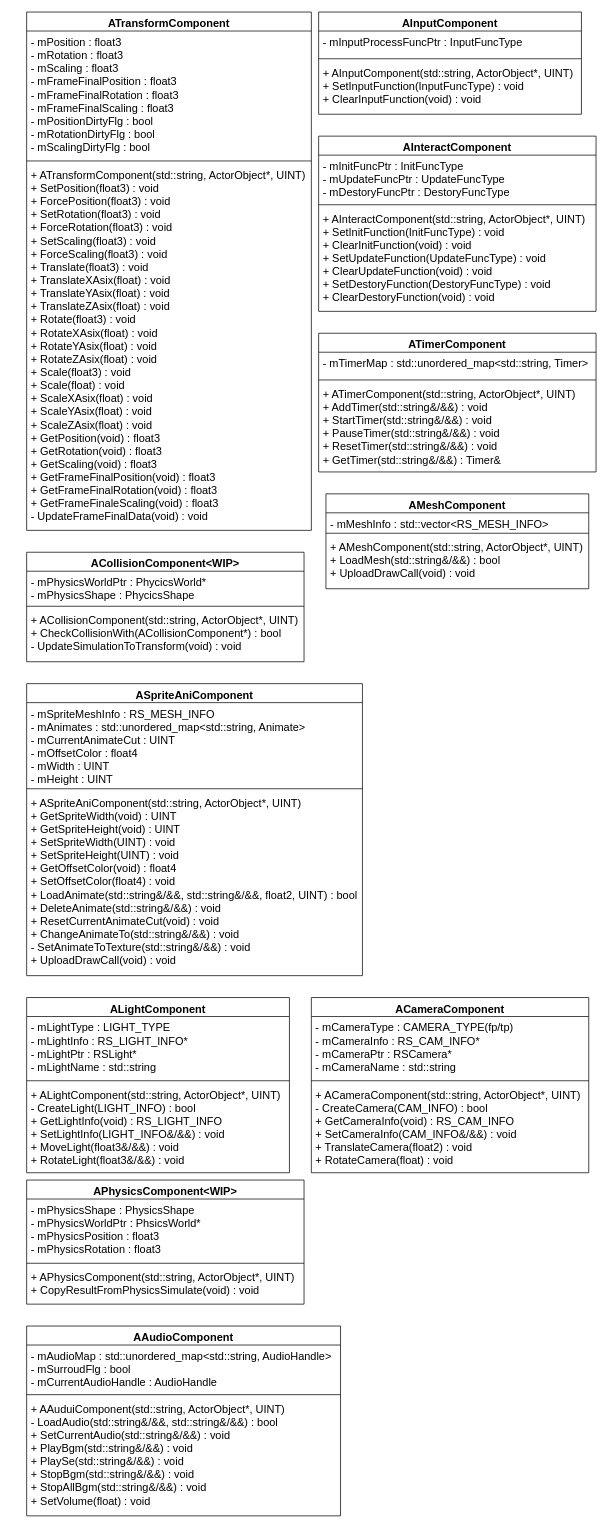
Earlier version of the draw.io diagram page "AComponent" (8 of 9) of HycFrame3D.drawio (HIBICUS-CAI/HycFrame3D). Source tidied: cells renumbered, new cells numbered last; positions are measured from the earlier drawing's top-left corner, leaving out a move shared by most shapes. Both pictures are drawn from the tidied source at 73%, with x=0, y=0 at pixel (26, 12).
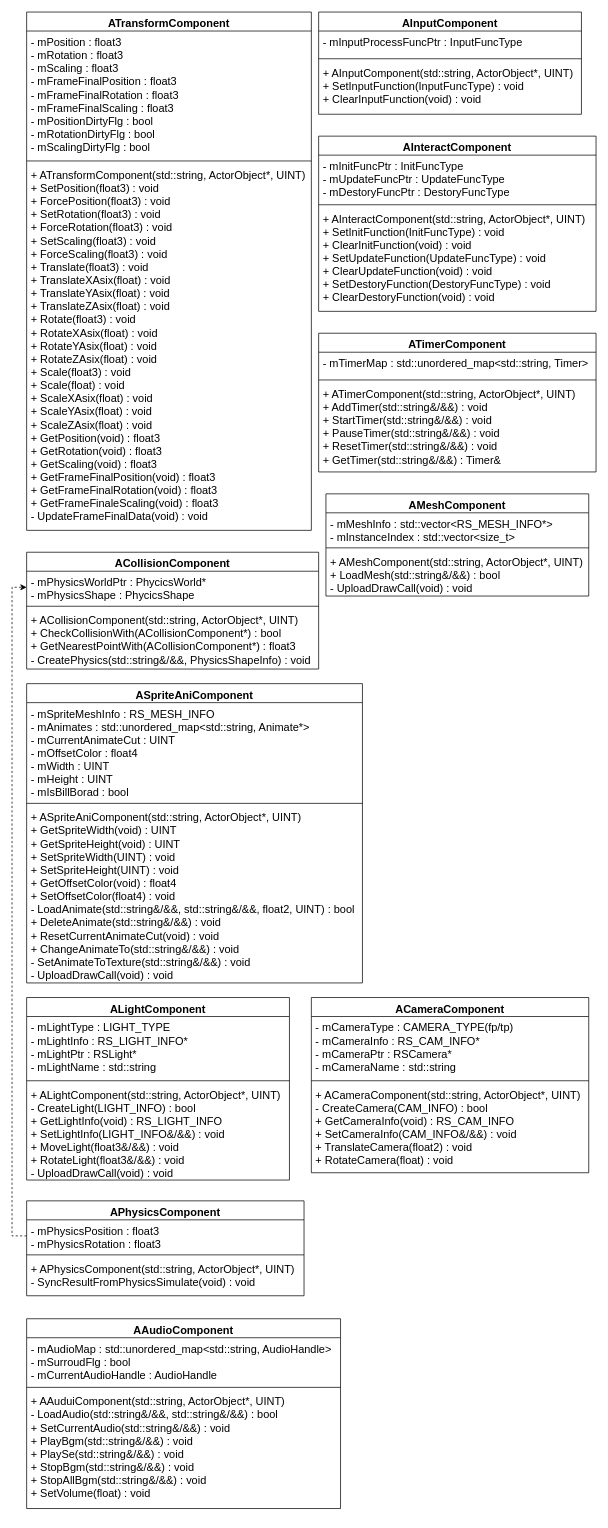
The same diagram, later.

Commit message:
update comps design

What changed in the source:
```diff
@@
-    <mxCell id="18" value="ACollisionComponent&lt;WIP&gt;" style="swimlane;fontStyle=1;align=center;verticalAlign=top;horizontal=1;startSize=26;fontSize=15;" parent="1" vertex="1">
-      <mxGeometry y="740" width="380" height="150" as="geometry" />
+    <mxCell id="18" value="ACollisionComponent" style="swimlane;fontStyle=1;align=center;verticalAlign=top;horizontal=1;startSize=26;fontSize=15;" parent="1" vertex="1">
+      <mxGeometry y="740" width="400" height="160" as="geometry" />
     </mxCell>
     <mxCell id="19" value="- mPhysicsWorldPtr : PhycicsWorld*&#10;- mPhysicsShape : PhycicsShape" style="text;strokeColor=none;fillColor=none;align=left;verticalAlign=top;spacingLeft=4;spacingRight=4;overflow=hidden;points=[[0,0.5],[1,0.5]];portConstraint=eastwest;fontSize=15;" parent="18" vertex="1">
-      <mxGeometry y="26" width="380" height="44" as="geometry" />
+      <mxGeometry y="26" width="400" height="44" as="geometry" />
     </mxCell>
     <mxCell id="20" style="line;strokeWidth=1;fillColor=none;align=left;verticalAlign=middle;spacingTop=-1;spacingLeft=3;spacingRight=3;labelPosition=right;" parent="18" vertex="1">
-      <mxGeometry y="70" width="380" height="8" as="geometry" />
+      <mxGeometry y="70" width="400" height="8" as="geometry" />
     </mxCell>
-    <mxCell id="21" value="+ ACollisionComponent(std::string, ActorObject*, UINT)&#10;+ CheckCollisionWith(ACollisionComponent*) : bool&#10;- UpdateSimulationToTransform(void) : void" style="text;strokeColor=none;fillColor=none;align=left;verticalAlign=top;spacingLeft=4;spacingRight=4;overflow=hidden;fontSize=15;" parent="18" vertex="1">
-      <mxGeometry y="78" width="380" height="72" as="geometry" />
+    <mxCell id="21" value="+ ACollisionComponent(std::string, ActorObject*, UINT)&#10;+ CheckCollisionWith(ACollisionComponent*) : bool&#10;+ GetNearestPointWith(ACollisionComponent*) : float3&#10;- CreatePhysics(std::string&amp;/&amp;&amp;, PhysicsShapeInfo) : void" style="text;strokeColor=none;fillColor=none;align=left;verticalAlign=top;spacingLeft=4;spacingRight=4;overflow=hidden;fontSize=15;" parent="18" vertex="1">
+      <mxGeometry y="78" width="400" height="82" as="geometry" />
     </mxCell>
     <mxCell id="22" value="ASpriteAniComponent" style="swimlane;fontStyle=1;align=center;verticalAlign=top;horizontal=1;startSize=26;fontSize=15;" parent="1" vertex="1">
-      <mxGeometry y="920" width="460" height="400" as="geometry" />
+      <mxGeometry y="920" width="460" height="410" as="geometry" />
     </mxCell>
-    <mxCell id="23" value="- mSpriteMeshInfo : RS_MESH_INFO&#10;- mAnimates : std::unordered_map&lt;std::string, Animate&gt;&#10;- mCurrentAnimateCut : UINT&#10;- mOffsetColor : float4&#10;- mWidth : UINT&#10;- mHeight : UINT" style="text;strokeColor=none;fillColor=none;align=left;verticalAlign=top;spacingLeft=4;spacingRight=4;overflow=hidden;fontSize=15;" parent="22" vertex="1">
-      <mxGeometry y="26" width="460" height="114" as="geometry" />
+    <mxCell id="23" value="- mSpriteMeshInfo : RS_MESH_INFO&#10;- mAnimates : std::unordered_map&lt;std::string, Animate*&gt;&#10;- mCurrentAnimateCut : UINT&#10;- mOffsetColor : float4&#10;- mWidth : UINT&#10;- mHeight : UINT&#10;- mIsBillBorad : bool" style="text;strokeColor=none;fillColor=none;align=left;verticalAlign=top;spacingLeft=4;spacingRight=4;overflow=hidden;fontSize=15;" parent="22" vertex="1">
+      <mxGeometry y="26" width="460" height="134" as="geometry" />
     </mxCell>
     <mxCell id="24" style="line;strokeWidth=1;fillColor=none;align=left;verticalAlign=middle;spacingTop=-1;spacingLeft=3;spacingRight=3;labelPosition=right;" parent="22" vertex="1">
-      <mxGeometry y="140" width="460" height="8" as="geometry" />
+      <mxGeometry y="160" width="460" height="8" as="geometry" />
     </mxCell>
-    <mxCell id="25" value="+ ASpriteAniComponent(std::string, ActorObject*, UINT)&#10;+ GetSpriteWidth(void) : UINT&#10;+ GetSpriteHeight(void) : UINT&#10;+ SetSpriteWidth(UINT) : void&#10;+ SetSpriteHeight(UINT) : void&#10;+ GetOffsetColor(void) : float4&#10;+ SetOffsetColor(float4) : void&#10;+ LoadAnimate(std::string&amp;/&amp;&amp;, std::string&amp;/&amp;&amp;, float2, UINT) : bool&#10;+ DeleteAnimate(std::string&amp;/&amp;&amp;) : void&#10;+ ResetCurrentAnimateCut(void) : void&#10;+ ChangeAnimateTo(std::string&amp;/&amp;&amp;) : void&#10;- SetAnimateToTexture(std::string&amp;/&amp;&amp;) : void&#10;+ UploadDrawCall(void) : void" style="text;strokeColor=none;fillColor=none;align=left;verticalAlign=top;spacingLeft=4;spacingRight=4;overflow=hidden;fontSize=15;" parent="22" vertex="1">
-      <mxGeometry y="148" width="460" height="252" as="geometry" />
+    <mxCell id="25" value="+ ASpriteAniComponent(std::string, ActorObject*, UINT)&#10;+ GetSpriteWidth(void) : UINT&#10;+ GetSpriteHeight(void) : UINT&#10;+ SetSpriteWidth(UINT) : void&#10;+ SetSpriteHeight(UINT) : void&#10;+ GetOffsetColor(void) : float4&#10;+ SetOffsetColor(float4) : void&#10;- LoadAnimate(std::string&amp;/&amp;&amp;, std::string&amp;/&amp;&amp;, float2, UINT) : bool&#10;+ DeleteAnimate(std::string&amp;/&amp;&amp;) : void&#10;+ ResetCurrentAnimateCut(void) : void&#10;+ ChangeAnimateTo(std::string&amp;/&amp;&amp;) : void&#10;- SetAnimateToTexture(std::string&amp;/&amp;&amp;) : void&#10;- UploadDrawCall(void) : void" style="text;strokeColor=none;fillColor=none;align=left;verticalAlign=top;spacingLeft=4;spacingRight=4;overflow=hidden;fontSize=15;" parent="22" vertex="1">
+      <mxGeometry y="168" width="460" height="242" as="geometry" />
     </mxCell>
     <mxCell id="26" value="AMeshComponent" style="swimlane;fontStyle=1;align=center;verticalAlign=top;horizontal=1;startSize=26;fontSize=15;" parent="1" vertex="1">
-      <mxGeometry x="410" y="660" width="360" height="130" as="geometry" />
+      <mxGeometry x="410" y="660" width="360" height="140" as="geometry" />
     </mxCell>
-    <mxCell id="27" value="- mMeshInfo : std::vector&lt;RS_MESH_INFO&gt;" style="text;strokeColor=none;fillColor=none;align=left;verticalAlign=top;spacingLeft=4;spacingRight=4;overflow=hidden;fontSize=15;" parent="26" vertex="1">
-      <mxGeometry y="26" width="360" height="24" as="geometry" />
+    <mxCell id="27" value="- mMeshInfo : std::vector&lt;RS_MESH_INFO*&gt;&#10;- mInstanceIndex : std::vector&lt;size_t&gt;" style="text;strokeColor=none;fillColor=none;align=left;verticalAlign=top;spacingLeft=4;spacingRight=4;overflow=hidden;fontSize=15;" parent="26" vertex="1">
+      <mxGeometry y="26" width="360" height="44" as="geometry" />
     </mxCell>
     <mxCell id="28" style="line;strokeWidth=1;fillColor=none;align=left;verticalAlign=middle;spacingTop=-1;spacingLeft=3;spacingRight=3;labelPosition=right;" parent="26" vertex="1">
-      <mxGeometry y="50" width="360" height="8" as="geometry" />
+      <mxGeometry y="70" width="360" height="8" as="geometry" />
     </mxCell>
-    <mxCell id="29" value="+ AMeshComponent(std::string, ActorObject*, UINT)&#10;+ LoadMesh(std::string&amp;/&amp;&amp;) : bool&#10;+ UploadDrawCall(void) : void" style="text;strokeColor=none;fillColor=none;align=left;verticalAlign=top;spacingLeft=4;spacingRight=4;overflow=hidden;fontSize=15;" parent="26" vertex="1">
-      <mxGeometry y="58" width="360" height="72" as="geometry" />
+    <mxCell id="29" value="+ AMeshComponent(std::string, ActorObject*, UINT)&#10;+ LoadMesh(std::string&amp;/&amp;&amp;) : bool&#10;- UploadDrawCall(void) : void" style="text;strokeColor=none;fillColor=none;align=left;verticalAlign=top;spacingLeft=4;spacingRight=4;overflow=hidden;fontSize=15;" parent="26" vertex="1">
+      <mxGeometry y="78" width="360" height="62" as="geometry" />
     </mxCell>
     <mxCell id="30" value="ALightComponent" style="swimlane;fontStyle=1;align=center;verticalAlign=top;horizontal=1;startSize=26;fontSize=15;" parent="1" vertex="1">
-      <mxGeometry y="1350" width="360" height="240" as="geometry" />
+      <mxGeometry y="1350" width="360" height="250" as="geometry" />
     </mxCell>
@@
-    <mxCell id="33" value="+ ALightComponent(std::string, ActorObject*, UINT)&#10;- CreateLight(LIGHT_INFO) : bool&#10;+ GetLightInfo(void) : RS_LIGHT_INFO&#10;+ SetLightInfo(LIGHT_INFO&amp;/&amp;&amp;) : void&#10;+ MoveLight(float3&amp;/&amp;&amp;) : void&#10;+ RotateLight(float3&amp;/&amp;&amp;) : void" style="text;strokeColor=none;fillColor=none;align=left;verticalAlign=top;spacingLeft=4;spacingRight=4;overflow=hidden;fontSize=15;" parent="30" vertex="1">
-      <mxGeometry y="118" width="360" height="122" as="geometry" />
+    <mxCell id="33" value="+ ALightComponent(std::string, ActorObject*, UINT)&#10;- CreateLight(LIGHT_INFO) : bool&#10;+ GetLightInfo(void) : RS_LIGHT_INFO&#10;+ SetLightInfo(LIGHT_INFO&amp;/&amp;&amp;) : void&#10;+ MoveLight(float3&amp;/&amp;&amp;) : void&#10;+ RotateLight(float3&amp;/&amp;&amp;) : void&#10;- UploadDrawCall(void) : void" style="text;strokeColor=none;fillColor=none;align=left;verticalAlign=top;spacingLeft=4;spacingRight=4;overflow=hidden;fontSize=15;" parent="30" vertex="1">
+      <mxGeometry y="118" width="360" height="132" as="geometry" />
     </mxCell>
@@
-    <mxCell id="38" value="APhysicsComponent&lt;WIP&gt;" style="swimlane;fontStyle=1;align=center;verticalAlign=top;horizontal=1;startSize=26;fontSize=15;" parent="1" vertex="1">
-      <mxGeometry y="1600" width="380" height="170" as="geometry" />
+    <mxCell id="38" value="APhysicsComponent" style="swimlane;fontStyle=1;align=center;verticalAlign=top;horizontal=1;startSize=26;fontSize=15;" parent="1" vertex="1">
+      <mxGeometry y="1628.5" width="380" height="130" as="geometry" />
     </mxCell>
-    <mxCell id="39" value="- mPhysicsShape : PhysicsShape&#10;- mPhysicsWorldPtr : PhsicsWorld*&#10;- mPhysicsPosition : float3&#10;- mPhysicsRotation : float3" style="text;strokeColor=none;fillColor=none;align=left;verticalAlign=top;spacingLeft=4;spacingRight=4;overflow=hidden;points=[[0,0.5],[1,0.5]];portConstraint=eastwest;fontSize=15;" parent="38" vertex="1">
-      <mxGeometry y="26" width="380" height="84" as="geometry" />
+    <mxCell id="39" value="- mPhysicsPosition : float3&#10;- mPhysicsRotation : float3" style="text;strokeColor=none;fillColor=none;align=left;verticalAlign=top;spacingLeft=4;spacingRight=4;overflow=hidden;points=[[0,0.5],[1,0.5]];portConstraint=eastwest;fontSize=15;" parent="38" vertex="1">
+      <mxGeometry y="26" width="380" height="44" as="geometry" />
     </mxCell>
     <mxCell id="40" style="line;strokeWidth=1;fillColor=none;align=left;verticalAlign=middle;spacingTop=-1;spacingLeft=3;spacingRight=3;labelPosition=right;" parent="38" vertex="1">
-      <mxGeometry y="110" width="380" height="8" as="geometry" />
+      <mxGeometry y="70" width="380" height="8" as="geometry" />
     </mxCell>
-    <mxCell id="41" value="+ APhysicsComponent(std::string, ActorObject*, UINT)&#10;+ CopyResultFromPhysicsSimulate(void) : void" style="text;strokeColor=none;fillColor=none;align=left;verticalAlign=top;spacingLeft=4;spacingRight=4;overflow=hidden;fontSize=15;" parent="38" vertex="1">
-      <mxGeometry y="118" width="380" height="52" as="geometry" />
+    <mxCell id="41" value="+ APhysicsComponent(std::string, ActorObject*, UINT)&#10;- SyncResultFromPhysicsSimulate(void) : void" style="text;strokeColor=none;fillColor=none;align=left;verticalAlign=top;spacingLeft=4;spacingRight=4;overflow=hidden;fontSize=15;" parent="38" vertex="1">
+      <mxGeometry y="78" width="380" height="52" as="geometry" />
     </mxCell>
     <mxCell id="42" value="AAudioComponent" style="swimlane;fontStyle=1;align=center;verticalAlign=top;horizontal=1;startSize=26;fontSize=15;" parent="1" vertex="1">
-      <mxGeometry y="1800" width="430" height="260" as="geometry" />
+      <mxGeometry y="1790" width="430" height="260" as="geometry" />
     </mxCell>
@@
+    <mxCell id="46" style="edgeStyle=orthogonalEdgeStyle;rounded=0;jettySize=auto;html=1;exitX=0;exitY=0.5;exitDx=0;exitDy=0;entryX=0;entryY=0.5;entryDx=0;entryDy=0;dashed=1;" parent="1" edge="1" source="39" target="19">
+      <mxGeometry relative="1" as="geometry" />
+    </mxCell>
```
